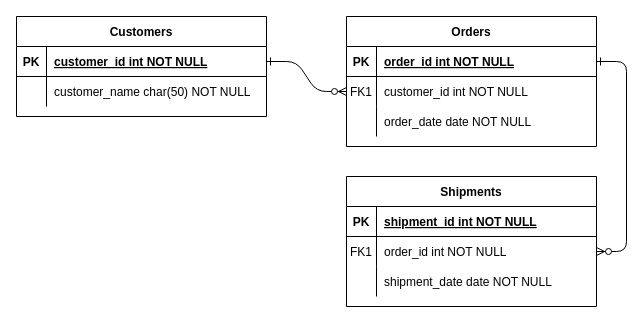
Earlier version of the draw.io diagram Project Traders/Diagrama sin título.drawio (1LealSan1/Digrams). Source tidied: cells renumbered, new cells numbered last; positions are measured from the earlier drawing's top-left corner, leaving out a move shared by most shapes. Both pictures are drawn from the tidied source at 100%, with x=0, y=0 at pixel (16, 16).
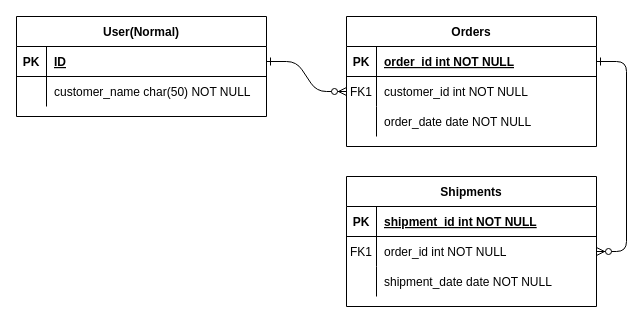
The same diagram, later.

Commit message:
Diagrama BD Traders

Unchanged cells that the change refers to:
```xml
<mxCell id="25" style="shape=partialRectangle;fillColor=none;points=[[0,0.5],[1,0.5]];portConstraint=eastwest;top=0;left=0;right=0;bottom=1;" parent="24" vertex="1">
  <mxGeometry y="30" width="250" height="30" as="geometry" />
</mxCell>
```

What changed in the source:
```diff
@@
-    <mxCell id="24" value="Customers" style="shape=table;startSize=30;childLayout=tableLayout;rowLines=0;fontStyle=1;align=center;" parent="1" vertex="1">
+    <mxCell id="24" value="User(Normal)" style="shape=table;startSize=30;childLayout=tableLayout;rowLines=0;fontStyle=1;align=center;" parent="1" vertex="1">
       <mxGeometry width="250" height="100" as="geometry" />
     </mxCell>
@@
-    <mxCell id="27" value="customer_id int NOT NULL " style="shape=partialRectangle;overflow=hidden;fillColor=none;top=0;left=0;bottom=0;right=0;align=left;spacingLeft=6;fontStyle=5;" parent="25" vertex="1">
+    <mxCell id="27" value="ID" style="shape=partialRectangle;overflow=hidden;fillColor=none;top=0;left=0;bottom=0;right=0;align=left;spacingLeft=6;fontStyle=5;" parent="25" vertex="1">
       <mxGeometry x="30" width="220" height="30" as="geometry" />
     </mxCell>
```
